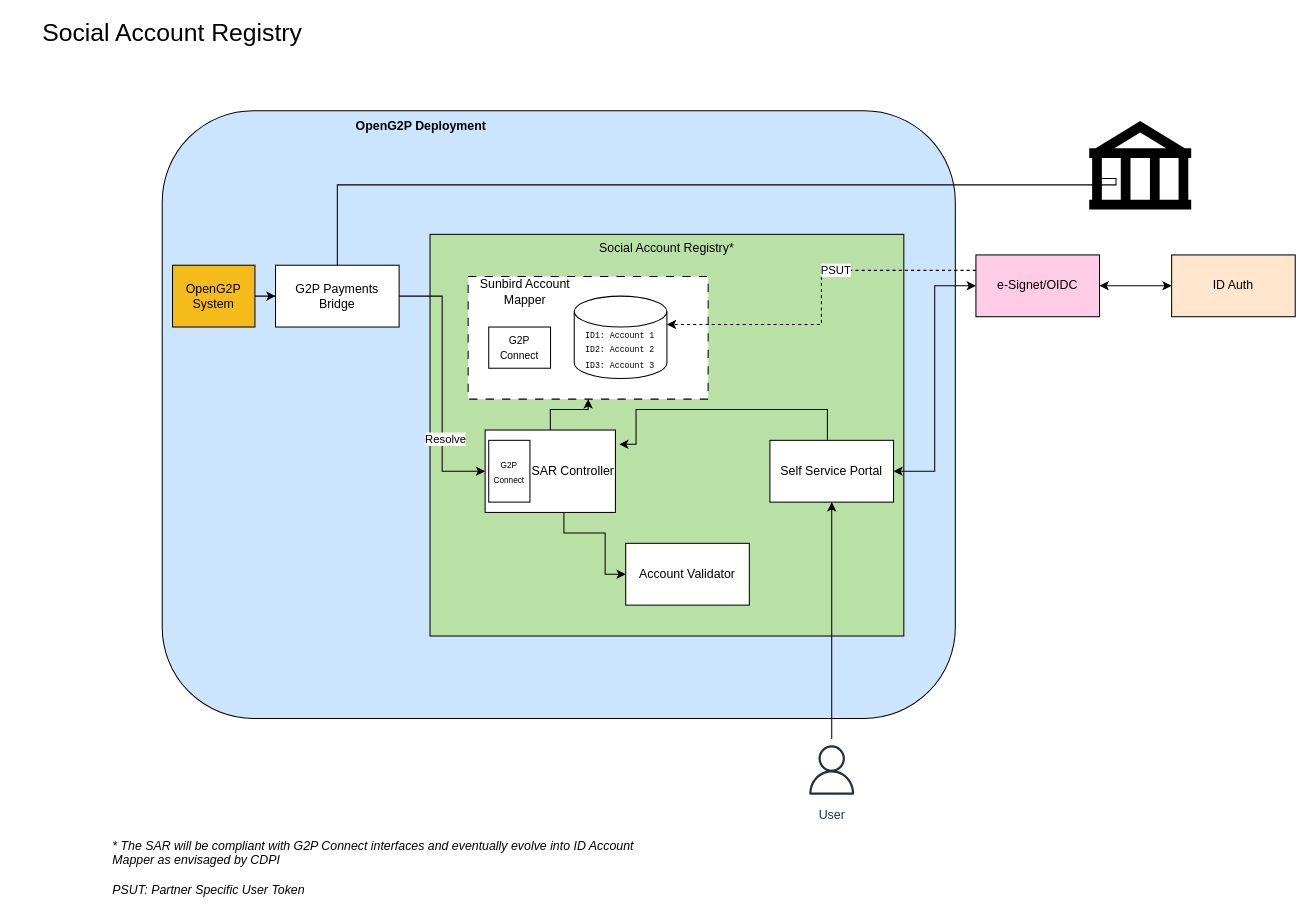
OpenG2P/openg2p-documentation keeps this draw.io diagram as .gitbook/assets/social-account-registry.drawio. Above is the earlier version. Source tidied: cells renumbered, new cells numbered last; positions are measured from the earlier drawing's top-left corner, leaving out a move shared by most shapes. Both pictures are drawn from the tidied source at 103%, with x=0, y=0 at pixel (18, 18).
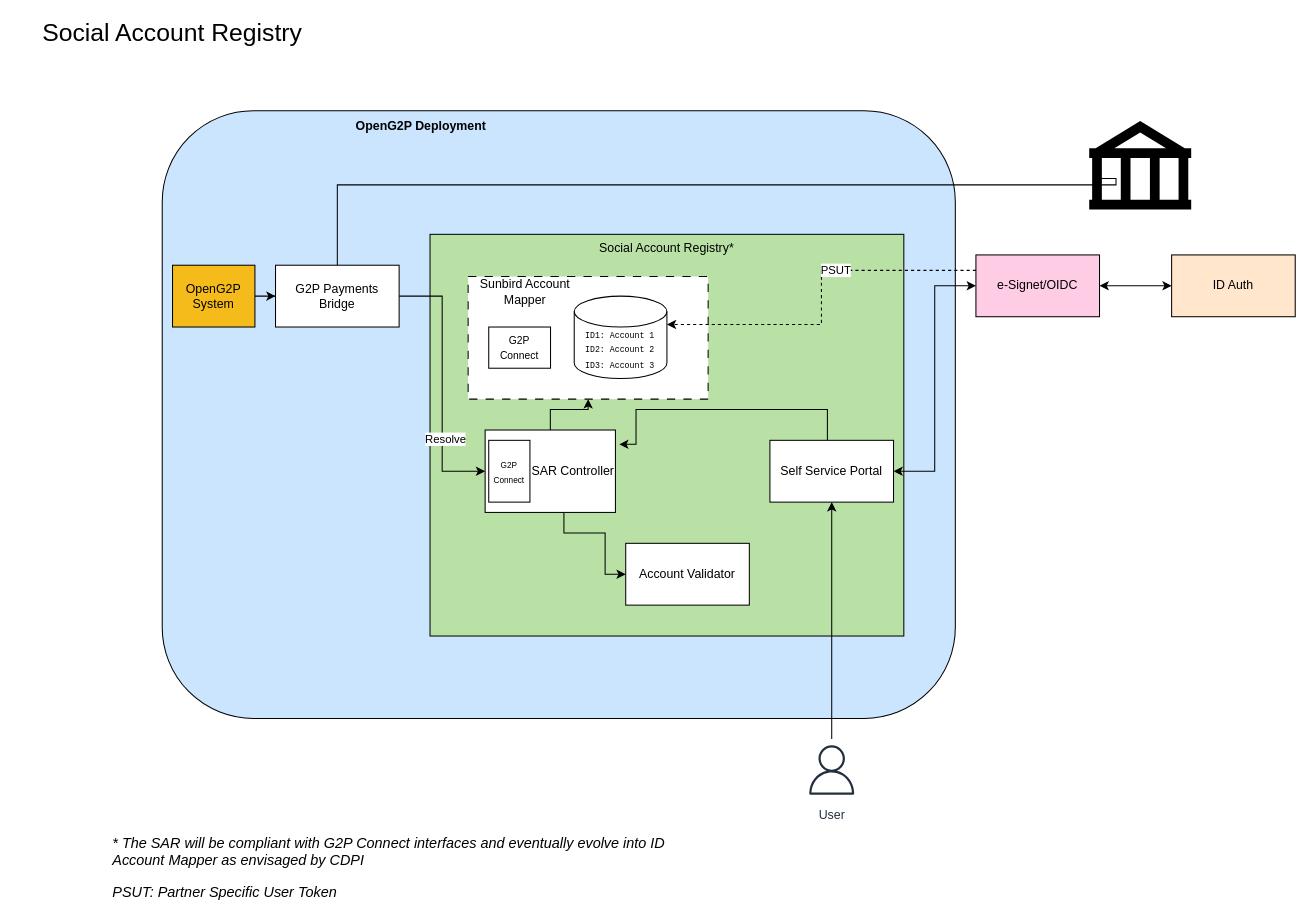
After the change.

What changed in the source:
```diff
@@
-    <mxCell id="13" value="&lt;i&gt;* The SAR will be compliant with G2P Connect interfaces and eventually evolve into ID Account Mapper as envisaged by CDPI&amp;nbsp;&lt;br&gt;&lt;br&gt;PSUT: Partner Specific User Token&lt;br&gt;&lt;/i&gt;" style="text;html=1;strokeColor=none;fillColor=none;align=left;verticalAlign=middle;whiteSpace=wrap;rounded=0;" parent="1" vertex="1">
+    <mxCell id="13" value="&lt;i&gt;&lt;font style=&quot;font-size: 14px;&quot;&gt;* The SAR will be compliant with G2P Connect interfaces and eventually evolve into ID Account Mapper as envisaged by CDPI&amp;nbsp;&lt;br&gt;&lt;/font&gt;&lt;br&gt;&lt;font style=&quot;font-size: 14px;&quot;&gt;PSUT: Partner Specific User Token&lt;/font&gt;&lt;br&gt;&lt;/i&gt;" style="text;html=1;strokeColor=none;fillColor=none;align=left;verticalAlign=middle;whiteSpace=wrap;rounded=0;" parent="1" vertex="1">
       <mxGeometry x="90" y="810" width="540" height="30" as="geometry" />
     </mxCell>
```
